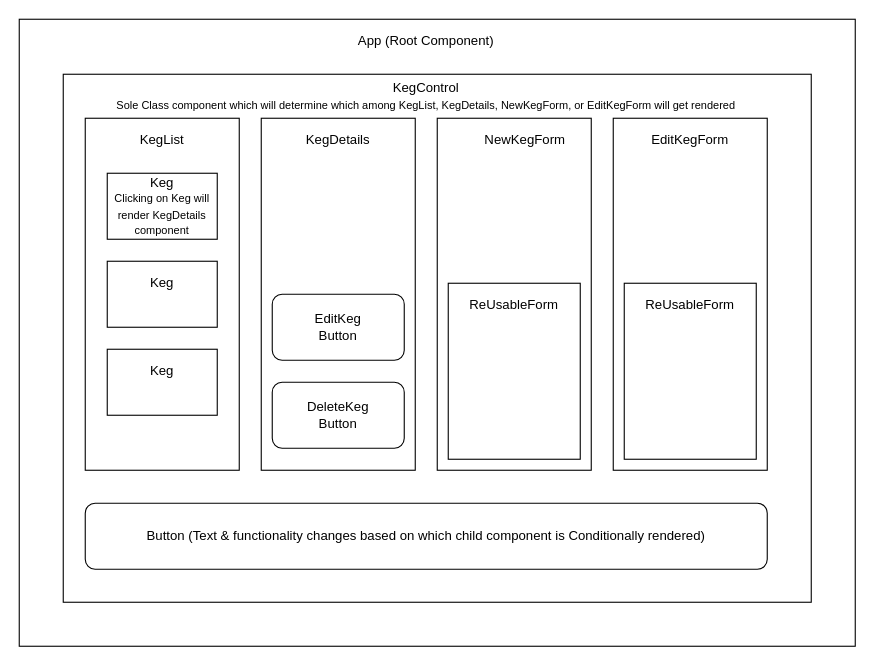
This is src/img/ComponentDiagram.drawio from salimmayan/tap-room, a draw.io file, before an edit. Source tidied: cells renumbered, new cells numbered last; positions are measured from the earlier drawing's top-left corner, leaving out a move shared by most shapes. Both pictures are drawn from the tidied source at 110%, with x=0, y=0 at pixel (19, 19).
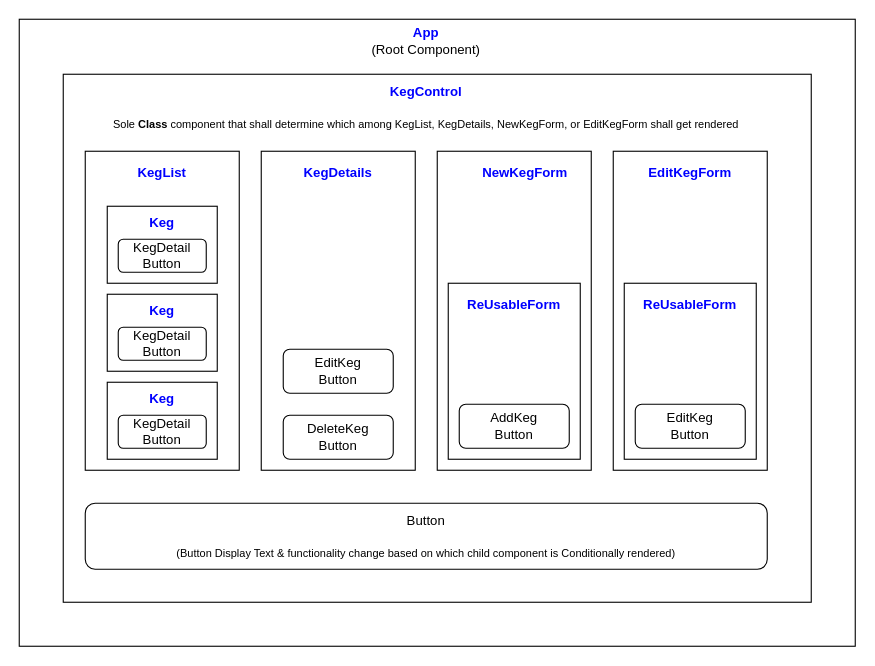
Above is the later version.

What changed in the source:
```diff
@@
     <mxCell id="5" style="rounded=0;whiteSpace=wrap;html=1;" parent="1" vertex="1">
-      <mxGeometry x="60" y="90" width="140" height="320" as="geometry" />
+      <mxGeometry x="60" y="120" width="140" height="290" as="geometry" />
     </mxCell>
-    <mxCell id="6" value="KegList" style="text;html=1;strokeColor=none;fillColor=none;align=center;verticalAlign=middle;whiteSpace=wrap;rounded=0;" parent="1" vertex="1">
-      <mxGeometry x="110" y="100" width="40" height="20" as="geometry" />
+    <mxCell id="6" value="&lt;b&gt;&lt;font color=&quot;#0000ff&quot;&gt;KegList&lt;/font&gt;&lt;/b&gt;" style="text;html=1;strokeColor=none;fillColor=none;align=center;verticalAlign=middle;whiteSpace=wrap;rounded=0;" parent="1" vertex="1">
+      <mxGeometry x="110" y="130" width="40" height="20" as="geometry" />
     </mxCell>
     <mxCell id="7" style="rounded=0;whiteSpace=wrap;html=1;" parent="1" vertex="1">
-      <mxGeometry x="80" y="140" width="100" height="60" as="geometry" />
+      <mxGeometry x="80" y="170" width="100" height="70" as="geometry" />
     </mxCell>
-    <mxCell id="8" value="Keg&lt;br&gt;&lt;font style=&quot;font-size: 10px&quot;&gt;Clicking on Keg will render KegDetails component&lt;/font&gt;" style="text;html=1;strokeColor=none;fillColor=none;align=center;verticalAlign=middle;whiteSpace=wrap;rounded=0;" parent="1" vertex="1">
-      <mxGeometry x="85" y="160" width="90" height="20" as="geometry" />
+    <mxCell id="8" value="&lt;b&gt;&lt;font color=&quot;#0000ff&quot;&gt;Keg&lt;/font&gt;&lt;/b&gt;" style="text;html=1;strokeColor=none;fillColor=none;align=center;verticalAlign=middle;whiteSpace=wrap;rounded=0;" parent="1" vertex="1">
+      <mxGeometry x="85" y="180" width="90" height="10" as="geometry" />
     </mxCell>
-    <mxCell id="9" style="rounded=0;whiteSpace=wrap;html=1;" parent="1" vertex="1">
-      <mxGeometry x="80" y="220" width="100" height="60" as="geometry" />
-    </mxCell>
-    <mxCell id="10" value="Keg" style="text;html=1;strokeColor=none;fillColor=none;align=center;verticalAlign=middle;whiteSpace=wrap;rounded=0;" parent="1" vertex="1">
-      <mxGeometry x="110" y="230" width="40" height="20" as="geometry" />
-    </mxCell>
-    <mxCell id="11" style="rounded=0;whiteSpace=wrap;html=1;" parent="1" vertex="1">
-      <mxGeometry x="80" y="300" width="100" height="60" as="geometry" />
-    </mxCell>
-    <mxCell id="12" value="Keg" style="text;html=1;strokeColor=none;fillColor=none;align=center;verticalAlign=middle;whiteSpace=wrap;rounded=0;" parent="1" vertex="1">
-      <mxGeometry x="110" y="310" width="40" height="20" as="geometry" />
-    </mxCell>
     <mxCell id="13" style="rounded=0;whiteSpace=wrap;html=1;" parent="1" vertex="1">
-      <mxGeometry x="380" y="90" width="140" height="320" as="geometry" />
+      <mxGeometry x="380" y="120" width="140" height="290" as="geometry" />
     </mxCell>
     <mxCell id="14" style="rounded=0;whiteSpace=wrap;html=1;" parent="1" vertex="1">
-      <mxGeometry x="220" y="90" width="140" height="320" as="geometry" />
+      <mxGeometry x="220" y="120" width="140" height="290" as="geometry" />
     </mxCell>
     <mxCell id="15" style="rounded=0;whiteSpace=wrap;html=1;" parent="1" vertex="1">
-      <mxGeometry x="540" y="90" width="140" height="320" as="geometry" />
+      <mxGeometry x="540" y="120" width="140" height="290" as="geometry" />
     </mxCell>
-    <mxCell id="16" value="KegDetails" style="text;html=1;strokeColor=none;fillColor=none;align=center;verticalAlign=middle;whiteSpace=wrap;rounded=0;" parent="1" vertex="1">
-      <mxGeometry x="270" y="100" width="40" height="20" as="geometry" />
+    <mxCell id="16" value="&lt;b&gt;&lt;font color=&quot;#0000ff&quot;&gt;KegDetails&lt;/font&gt;&lt;/b&gt;" style="text;html=1;strokeColor=none;fillColor=none;align=center;verticalAlign=middle;whiteSpace=wrap;rounded=0;" parent="1" vertex="1">
+      <mxGeometry x="270" y="130" width="40" height="20" as="geometry" />
     </mxCell>
     <mxCell id="17" style="rounded=1;whiteSpace=wrap;html=1;" parent="1" vertex="1">
-      <mxGeometry x="230" y="250" width="120" height="60" as="geometry" />
+      <mxGeometry x="240" y="300" width="100" height="40" as="geometry" />
     </mxCell>
-    <mxCell id="18" value="EditKeg Button" style="text;html=1;strokeColor=none;fillColor=none;align=center;verticalAlign=middle;whiteSpace=wrap;rounded=0;" parent="1" vertex="1">
-      <mxGeometry x="270" y="270" width="40" height="20" as="geometry" />
-    </mxCell>
-    <mxCell id="19" style="rounded=1;whiteSpace=wrap;html=1;" parent="1" vertex="1">
-      <mxGeometry x="230" y="330" width="120" height="60" as="geometry" />
-    </mxCell>
-    <mxCell id="20" value="DeleteKeg Button" style="text;html=1;strokeColor=none;fillColor=none;align=center;verticalAlign=middle;whiteSpace=wrap;rounded=0;" parent="1" vertex="1">
-      <mxGeometry x="270" y="350" width="40" height="20" as="geometry" />
-    </mxCell>
-    <mxCell id="21" value="NewKegForm" style="text;html=1;strokeColor=none;fillColor=none;align=center;verticalAlign=middle;whiteSpace=wrap;rounded=0;" parent="1" vertex="1">
-      <mxGeometry x="410" y="100" width="100" height="20" as="geometry" />
+    <mxCell id="21" value="&lt;b&gt;&lt;font color=&quot;#0000ff&quot;&gt;NewKegForm&lt;/font&gt;&lt;/b&gt;" style="text;html=1;strokeColor=none;fillColor=none;align=center;verticalAlign=middle;whiteSpace=wrap;rounded=0;" parent="1" vertex="1">
+      <mxGeometry x="410" y="130" width="100" height="20" as="geometry" />
     </mxCell>
-    <mxCell id="22" value="EditKegForm" style="text;html=1;strokeColor=none;fillColor=none;align=center;verticalAlign=middle;whiteSpace=wrap;rounded=0;" parent="1" vertex="1">
-      <mxGeometry x="590" y="100" width="40" height="20" as="geometry" />
+    <mxCell id="22" value="&lt;b&gt;&lt;font color=&quot;#0000ff&quot;&gt;EditKegForm&lt;/font&gt;&lt;/b&gt;" style="text;html=1;strokeColor=none;fillColor=none;align=center;verticalAlign=middle;whiteSpace=wrap;rounded=0;" parent="1" vertex="1">
+      <mxGeometry x="590" y="130" width="40" height="20" as="geometry" />
     </mxCell>
@@
-    <mxCell id="24" value="ReUsableForm" style="text;html=1;strokeColor=none;fillColor=none;align=center;verticalAlign=middle;whiteSpace=wrap;rounded=0;" parent="1" vertex="1">
+    <mxCell id="24" value="&lt;b&gt;&lt;font color=&quot;#0000ff&quot;&gt;ReUsableForm&lt;/font&gt;&lt;/b&gt;" style="text;html=1;strokeColor=none;fillColor=none;align=center;verticalAlign=middle;whiteSpace=wrap;rounded=0;" parent="1" vertex="1">
       <mxGeometry x="430" y="250" width="40" height="20" as="geometry" />
     </mxCell>
@@
-    <mxCell id="26" value="ReUsableForm" style="text;html=1;strokeColor=none;fillColor=none;align=center;verticalAlign=middle;whiteSpace=wrap;rounded=0;" parent="1" vertex="1">
+    <mxCell id="26" value="&lt;b&gt;&lt;font color=&quot;#0000ff&quot;&gt;ReUsableForm&lt;/font&gt;&lt;/b&gt;" style="text;html=1;strokeColor=none;fillColor=none;align=center;verticalAlign=middle;whiteSpace=wrap;rounded=0;" parent="1" vertex="1">
       <mxGeometry x="590" y="250" width="40" height="20" as="geometry" />
     </mxCell>
@@
-    <mxCell id="28" value="Button (Text &amp;amp; functionality changes based on which child component is Conditionally rendered)" style="text;html=1;strokeColor=none;fillColor=none;align=center;verticalAlign=middle;whiteSpace=wrap;rounded=0;" parent="1" vertex="1">
+    <mxCell id="28" value="&lt;font&gt;&lt;font style=&quot;font-size: 12px&quot;&gt;Button&lt;/font&gt;&lt;br&gt;&lt;br&gt;&lt;span style=&quot;font-size: 10px&quot;&gt;(Button Display Text &amp;amp; functionality change based on which child component is Conditionally rendered)&lt;/span&gt;&lt;/font&gt;" style="text;html=1;strokeColor=none;fillColor=none;align=center;verticalAlign=middle;whiteSpace=wrap;rounded=0;" parent="1" vertex="1">
       <mxGeometry x="85" y="460" width="570" height="20" as="geometry" />
     </mxCell>
-    <mxCell id="29" value="KegControl&lt;br&gt;&lt;font style=&quot;font-size: 10px&quot;&gt;Sole Class component which will determine which among KegList, KegDetails, NewKegForm, or EditKegForm will get rendered&lt;/font&gt;" style="text;html=1;strokeColor=none;fillColor=none;align=center;verticalAlign=middle;whiteSpace=wrap;rounded=0;" parent="1" vertex="1">
-      <mxGeometry x="5" y="60" width="730" height="20" as="geometry" />
+    <mxCell id="29" value="&lt;b&gt;&lt;font color=&quot;#0000ff&quot;&gt;KegControl&lt;br&gt;&lt;/font&gt;&lt;/b&gt;&lt;br&gt;&lt;font style=&quot;font-size: 10px&quot;&gt;Sole &lt;b&gt;Class &lt;/b&gt;component that shall determine which among KegList, KegDetails, NewKegForm, or EditKegForm shall get rendered&lt;/font&gt;" style="text;html=1;strokeColor=none;fillColor=none;align=center;verticalAlign=middle;whiteSpace=wrap;rounded=0;" parent="1" vertex="1">
+      <mxGeometry x="5" y="70" width="730" height="20" as="geometry" />
     </mxCell>
-    <mxCell id="30" value="App (Root Component)" style="text;html=1;strokeColor=none;fillColor=none;align=center;verticalAlign=middle;whiteSpace=wrap;rounded=0;" parent="1" vertex="1">
+    <mxCell id="30" value="&lt;b&gt;&lt;font color=&quot;#0000ff&quot;&gt;App &lt;/font&gt;&lt;/b&gt;&lt;br&gt;(Root Component)" style="text;html=1;strokeColor=none;fillColor=none;align=center;verticalAlign=middle;whiteSpace=wrap;rounded=0;" parent="1" vertex="1">
       <mxGeometry x="280" y="10" width="180" height="20" as="geometry" />
     </mxCell>
+    <mxCell id="18" value="EditKeg Button" style="text;html=1;strokeColor=none;fillColor=none;align=center;verticalAlign=middle;whiteSpace=wrap;rounded=0;" parent="1" vertex="1">
+      <mxGeometry x="270" y="310" width="40" height="20" as="geometry" />
+    </mxCell>
+    <mxCell id="31" style="rounded=1;whiteSpace=wrap;html=1;" parent="1" vertex="1">
+      <mxGeometry x="240" y="360" width="100" height="40" as="geometry" />
+    </mxCell>
+    <mxCell id="20" value="DeleteKeg&lt;br&gt;Button" style="text;html=1;strokeColor=none;fillColor=none;align=center;verticalAlign=middle;whiteSpace=wrap;rounded=0;" parent="1" vertex="1">
+      <mxGeometry x="270" y="370" width="40" height="20" as="geometry" />
+    </mxCell>
+    <mxCell id="32" style="rounded=1;whiteSpace=wrap;html=1;" parent="1" vertex="1">
+      <mxGeometry x="560" y="350" width="100" height="40" as="geometry" />
+    </mxCell>
+    <mxCell id="33" value="EditKeg&lt;br&gt;Button" style="text;html=1;strokeColor=none;fillColor=none;align=center;verticalAlign=middle;whiteSpace=wrap;rounded=0;" parent="1" vertex="1">
+      <mxGeometry x="590" y="360" width="40" height="20" as="geometry" />
+    </mxCell>
+    <mxCell id="34" style="rounded=1;whiteSpace=wrap;html=1;" parent="1" vertex="1">
+      <mxGeometry x="400" y="350" width="100" height="40" as="geometry" />
+    </mxCell>
+    <mxCell id="35" value="AddKeg&lt;br&gt;Button" style="text;html=1;strokeColor=none;fillColor=none;align=center;verticalAlign=middle;whiteSpace=wrap;rounded=0;" parent="1" vertex="1">
+      <mxGeometry x="430" y="360" width="40" height="20" as="geometry" />
+    </mxCell>
+    <mxCell id="36" style="rounded=1;whiteSpace=wrap;html=1;" parent="1" vertex="1">
+      <mxGeometry x="90" y="200" width="80" height="30" as="geometry" />
+    </mxCell>
+    <mxCell id="37" value="KegDetail Button" style="text;html=1;strokeColor=none;fillColor=none;align=center;verticalAlign=middle;whiteSpace=wrap;rounded=0;" parent="1" vertex="1">
+      <mxGeometry x="110" y="205" width="40" height="20" as="geometry" />
+    </mxCell>
+    <mxCell id="38" style="rounded=0;whiteSpace=wrap;html=1;" parent="1" vertex="1">
+      <mxGeometry x="80" y="250" width="100" height="70" as="geometry" />
+    </mxCell>
+    <mxCell id="39" value="&lt;b&gt;&lt;font color=&quot;#0000ff&quot;&gt;Keg&lt;/font&gt;&lt;/b&gt;" style="text;html=1;strokeColor=none;fillColor=none;align=center;verticalAlign=middle;whiteSpace=wrap;rounded=0;" parent="1" vertex="1">
+      <mxGeometry x="85" y="260" width="90" height="10" as="geometry" />
+    </mxCell>
+    <mxCell id="40" style="rounded=1;whiteSpace=wrap;html=1;" parent="1" vertex="1">
+      <mxGeometry x="90" y="280" width="80" height="30" as="geometry" />
+    </mxCell>
+    <mxCell id="41" value="KegDetail Button" style="text;html=1;strokeColor=none;fillColor=none;align=center;verticalAlign=middle;whiteSpace=wrap;rounded=0;" parent="1" vertex="1">
+      <mxGeometry x="110" y="285" width="40" height="20" as="geometry" />
+    </mxCell>
+    <mxCell id="42" style="rounded=0;whiteSpace=wrap;html=1;" parent="1" vertex="1">
+      <mxGeometry x="80" y="330" width="100" height="70" as="geometry" />
+    </mxCell>
+    <mxCell id="43" value="&lt;b&gt;&lt;font color=&quot;#0000ff&quot;&gt;Keg&lt;/font&gt;&lt;/b&gt;" style="text;html=1;strokeColor=none;fillColor=none;align=center;verticalAlign=middle;whiteSpace=wrap;rounded=0;" parent="1" vertex="1">
+      <mxGeometry x="85" y="340" width="90" height="10" as="geometry" />
+    </mxCell>
+    <mxCell id="44" style="rounded=1;whiteSpace=wrap;html=1;" parent="1" vertex="1">
+      <mxGeometry x="90" y="360" width="80" height="30" as="geometry" />
+    </mxCell>
+    <mxCell id="45" value="KegDetail Button" style="text;html=1;strokeColor=none;fillColor=none;align=center;verticalAlign=middle;whiteSpace=wrap;rounded=0;" parent="1" vertex="1">
+      <mxGeometry x="110" y="365" width="40" height="20" as="geometry" />
+    </mxCell>
```
